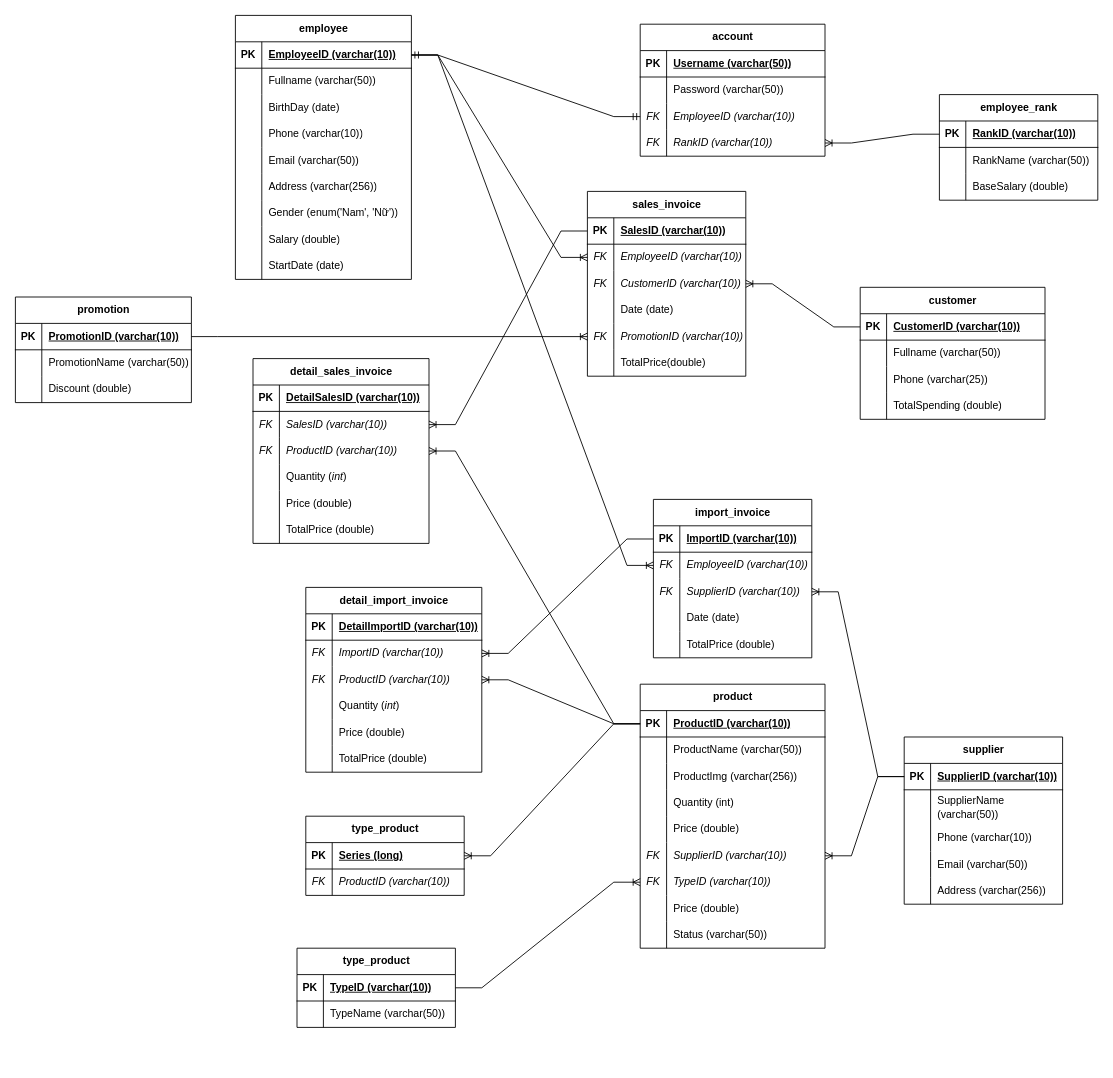
Before: badmintonshopmanagerERD.drawio in NguyenToanThang-kotaru/BadmintonShopMangager, a draw.io diagram. Source tidied: cells renumbered, new cells numbered last; positions are measured from the earlier drawing's top-left corner, leaving out a move shared by most shapes. Both pictures are drawn from the tidied source at 88%, with x=0, y=0 at pixel (15, 15).
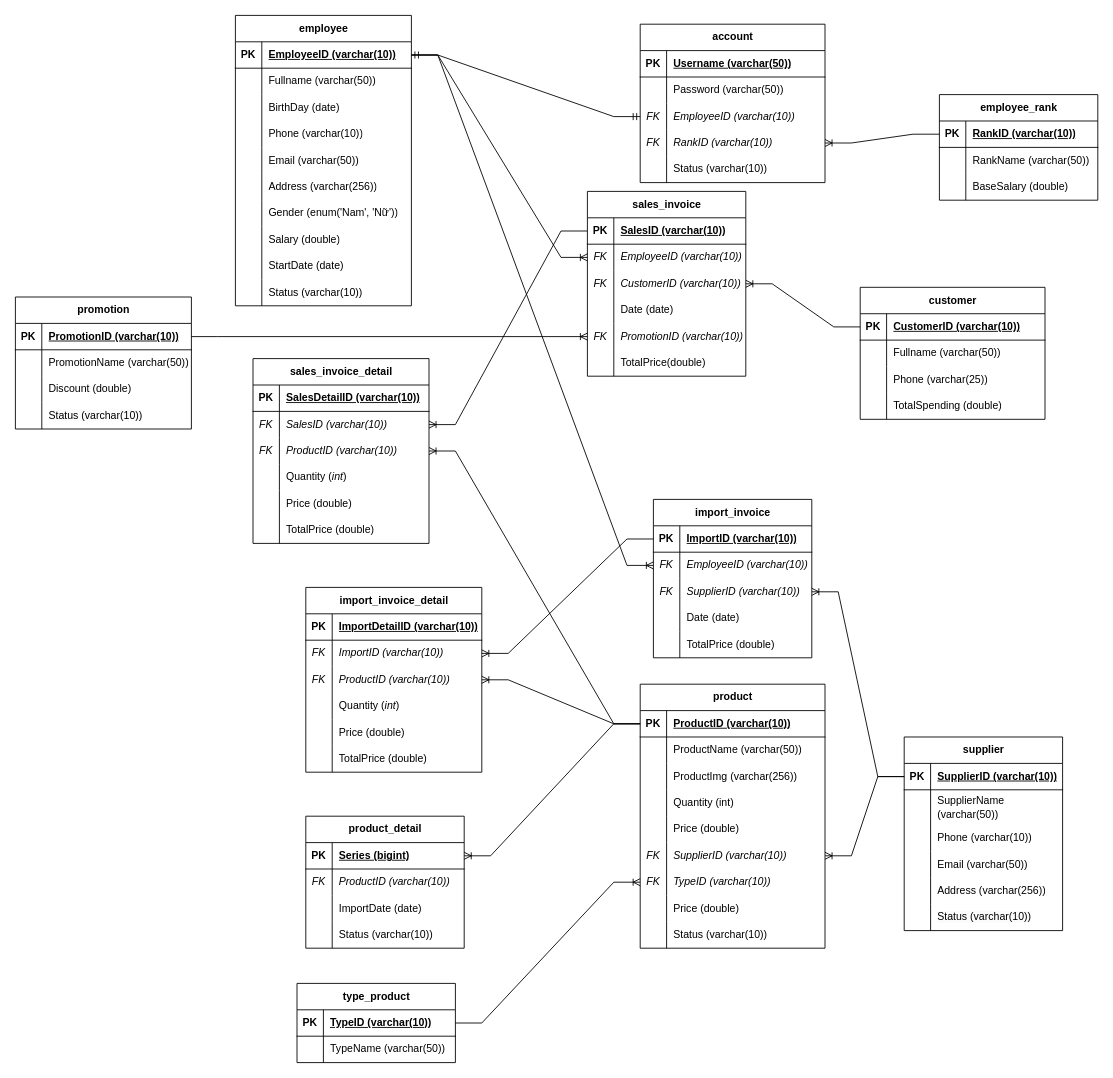
The same page after the edit.

Commit message (it also covers changes not shown here):
database ERD

Unchanged cells that the change refers to:
```xml
<mxCell id="93" style="shape=tableRow;horizontal=0;startSize=0;swimlaneHead=0;swimlaneBody=0;fillColor=none;top=0;left=0;right=0;bottom=0;fontStyle=2;" parent="68" vertex="1">
  <mxGeometry y="270" width="210" height="30" as="geometry" />
</mxCell>
<mxCell id="138" style="shape=tableRow;horizontal=0;startSize=0;swimlaneHead=0;swimlaneBody=0;fillColor=none;top=0;left=0;right=0;bottom=1;" parent="137" vertex="1">
  <mxGeometry y="30" width="200" height="30" as="geometry" />
</mxCell>
<mxCell id="179" style="shape=tableRow;horizontal=0;startSize=0;swimlaneHead=0;swimlaneBody=0;fillColor=none;top=0;left=0;right=0;bottom=1;" parent="178" vertex="1">
  <mxGeometry y="30" width="200" height="30" as="geometry" />
</mxCell>
<mxCell id="203" style="shape=tableRow;horizontal=0;startSize=0;swimlaneHead=0;swimlaneBody=0;fillColor=none;points=[[0,0.5],[1,0.5]];portConstraint=eastwest;top=0;left=0;right=0;bottom=1;" parent="202" vertex="1">
  <mxGeometry y="30" width="180" height="30" as="geometry" />
</mxCell>
```

The edit, as a diff of the source:
```diff
@@
     <mxCell id="15" value="account" style="shape=table;startSize=30;childLayout=tableLayout;rowLines=0;fontStyle=1;align=center;html=1;" parent="1" vertex="1">
-      <mxGeometry x="710" y="10" width="210" height="150" as="geometry" />
+      <mxGeometry x="710" y="10" width="210" height="180" as="geometry" />
     </mxCell>
@@
+    <mxCell id="221" style="shape=tableRow;horizontal=0;startSize=0;swimlaneHead=0;swimlaneBody=0;fillColor=none;top=0;left=0;right=0;bottom=0;" parent="15" vertex="1">
+      <mxGeometry y="150" width="210" height="30" as="geometry" />
+    </mxCell>
+    <mxCell id="222" style="shape=partialRectangle;fillColor=none;top=0;left=0;bottom=0;right=0;overflow=hidden;whiteSpace=wrap;html=1;fontStyle=2;" parent="221" vertex="1">
+      <mxGeometry width="30" height="30" as="geometry" />
+    </mxCell>
+    <mxCell id="223" value="&lt;span style=&quot;font-style: normal;&quot;&gt;Status (varchar(10))&lt;/span&gt;" style="shape=partialRectangle;fillColor=none;top=0;left=0;bottom=0;right=0;align=left;spacingLeft=6;overflow=hidden;whiteSpace=wrap;html=1;fontStyle=2;" parent="221" vertex="1">
+      <mxGeometry x="30" width="180" height="30" as="geometry" />
+    </mxCell>
     <mxCell id="28" value="employee" style="shape=table;startSize=30;childLayout=tableLayout;rowLines=0;fontStyle=1;align=center;html=1;" parent="1" vertex="1">
-      <mxGeometry x="250" width="200" height="300" as="geometry" />
+      <mxGeometry x="250" width="200" height="330" as="geometry" />
     </mxCell>
@@
+    <mxCell id="224" style="shape=tableRow;horizontal=0;startSize=0;swimlaneHead=0;swimlaneBody=0;fillColor=none;top=0;left=0;right=0;bottom=0;" parent="28" vertex="1">
+      <mxGeometry y="300" width="200" height="30" as="geometry" />
+    </mxCell>
+    <mxCell id="225" style="shape=partialRectangle;fillColor=none;top=0;left=0;bottom=0;right=0;overflow=hidden;whiteSpace=wrap;html=1;" parent="224" vertex="1">
+      <mxGeometry width="30" height="30" as="geometry" />
+    </mxCell>
+    <mxCell id="226" value="Status (varchar(10))" style="shape=partialRectangle;fillColor=none;top=0;left=0;bottom=0;right=0;align=left;spacingLeft=6;overflow=hidden;whiteSpace=wrap;html=1;" parent="224" vertex="1">
+      <mxGeometry x="30" width="170" height="30" as="geometry" />
+    </mxCell>
@@
-    <mxCell id="95" value="&lt;span style=&quot;font-style: normal;&quot;&gt;Status (varchar(50))&lt;/span&gt;" style="shape=partialRectangle;fillColor=none;top=0;left=0;bottom=0;right=0;align=left;spacingLeft=6;overflow=hidden;whiteSpace=wrap;html=1;fontStyle=2;" parent="93" vertex="1">
+    <mxCell id="95" value="&lt;span style=&quot;font-style: normal;&quot;&gt;Status (varchar(10))&lt;/span&gt;" style="shape=partialRectangle;fillColor=none;top=0;left=0;bottom=0;right=0;align=left;spacingLeft=6;overflow=hidden;whiteSpace=wrap;html=1;fontStyle=2;" parent="93" vertex="1">
       <mxGeometry x="30" width="180" height="30" as="geometry" />
     </mxCell>
     <mxCell id="96" value="supplier" style="shape=table;startSize=30;childLayout=tableLayout;rowLines=0;fontStyle=1;align=center;html=1;" parent="1" vertex="1">
-      <mxGeometry x="1010" y="820" width="180" height="190" as="geometry" />
+      <mxGeometry x="1010" y="820" width="180" height="220" as="geometry" />
     </mxCell>
@@
+    <mxCell id="227" style="shape=tableRow;horizontal=0;startSize=0;swimlaneHead=0;swimlaneBody=0;fillColor=none;top=0;left=0;right=0;bottom=0;" parent="96" vertex="1">
+      <mxGeometry y="190" width="180" height="30" as="geometry" />
+    </mxCell>
+    <mxCell id="228" style="shape=partialRectangle;fillColor=none;top=0;left=0;bottom=0;right=0;overflow=hidden;whiteSpace=wrap;html=1;" parent="227" vertex="1">
+      <mxGeometry width="30" height="30" as="geometry" />
+    </mxCell>
+    <mxCell id="229" value="&lt;span style=&quot;color: rgb(0, 0, 0); font-family: Helvetica; font-size: 12px; font-style: normal; font-variant-ligatures: normal; font-variant-caps: normal; font-weight: 400; letter-spacing: normal; orphans: 2; text-align: left; text-indent: 0px; text-transform: none; widows: 2; word-spacing: 0px; -webkit-text-stroke-width: 0px; white-space: normal; background-color: rgb(251, 251, 251); text-decoration-thickness: initial; text-decoration-style: initial; text-decoration-color: initial; float: none; display: inline !important;&quot;&gt;Status (varchar(10))&lt;/span&gt;" style="shape=partialRectangle;fillColor=none;top=0;left=0;bottom=0;right=0;align=left;spacingLeft=6;overflow=hidden;whiteSpace=wrap;html=1;" parent="227" vertex="1">
+      <mxGeometry x="30" width="150" height="30" as="geometry" />
+    </mxCell>
@@
     <mxCell id="113" value="type_product" style="shape=table;startSize=30;childLayout=tableLayout;rowLines=0;fontStyle=1;align=center;html=1;" parent="1" vertex="1">
-      <mxGeometry x="320" y="1060" width="180" height="90" as="geometry" />
+      <mxGeometry x="320" y="1100" width="180" height="90" as="geometry" />
     </mxCell>
@@
-    <mxCell id="137" value="detail_import_invoice" style="shape=table;startSize=30;childLayout=tableLayout;rowLines=0;fontStyle=1;align=center;html=1;" parent="1" vertex="1">
+    <mxCell id="137" value="import_invoice_detail" style="shape=table;startSize=30;childLayout=tableLayout;rowLines=0;fontStyle=1;align=center;html=1;" parent="1" vertex="1">
       <mxGeometry x="330" y="650" width="200" height="210" as="geometry" />
     </mxCell>
@@
-    <mxCell id="140" value="DetailImportID (varchar(10))" style="shape=partialRectangle;fillColor=none;top=0;left=0;bottom=0;right=0;align=left;spacingLeft=6;fontStyle=5;overflow=hidden;whiteSpace=wrap;html=1;" parent="138" vertex="1">
+    <mxCell id="140" value="ImportDetailID (varchar(10))" style="shape=partialRectangle;fillColor=none;top=0;left=0;bottom=0;right=0;align=left;spacingLeft=6;fontStyle=5;overflow=hidden;whiteSpace=wrap;html=1;" parent="138" vertex="1">
       <mxGeometry x="30" width="170" height="30" as="geometry" />
     </mxCell>
@@
-    <mxCell id="178" value="detail_sales_invoice" style="shape=table;startSize=30;childLayout=tableLayout;rowLines=0;fontStyle=1;align=center;html=1;" parent="1" vertex="1">
+    <mxCell id="178" value="sales_invoice_detail" style="shape=table;startSize=30;childLayout=tableLayout;rowLines=0;fontStyle=1;align=center;html=1;" parent="1" vertex="1">
       <mxGeometry x="270" y="390" width="200" height="210" as="geometry" />
     </mxCell>
@@
-    <mxCell id="181" value="DetailSalesID (varchar(10))" style="shape=partialRectangle;fillColor=none;top=0;left=0;bottom=0;right=0;align=left;spacingLeft=6;fontStyle=5;overflow=hidden;whiteSpace=wrap;html=1;" parent="179" vertex="1">
+    <mxCell id="181" value="SalesDetailID (varchar(10))" style="shape=partialRectangle;fillColor=none;top=0;left=0;bottom=0;right=0;align=left;spacingLeft=6;fontStyle=5;overflow=hidden;whiteSpace=wrap;html=1;" parent="179" vertex="1">
       <mxGeometry x="30" width="170" height="30" as="geometry" />
     </mxCell>
@@
-    <mxCell id="202" value="type_product" style="shape=table;startSize=30;childLayout=tableLayout;rowLines=0;fontStyle=1;align=center;html=1;" parent="1" vertex="1">
-      <mxGeometry x="330" y="910" width="180" height="90" as="geometry" />
+    <mxCell id="202" value="product_detail" style="shape=table;startSize=30;childLayout=tableLayout;rowLines=0;fontStyle=1;align=center;html=1;" parent="1" vertex="1">
+      <mxGeometry x="330" y="910" width="180" height="150" as="geometry" />
     </mxCell>
@@
-    <mxCell id="205" value="Series (long)" style="shape=partialRectangle;fillColor=none;top=0;left=0;bottom=0;right=0;align=left;spacingLeft=6;fontStyle=5;overflow=hidden;whiteSpace=wrap;html=1;" parent="203" vertex="1">
+    <mxCell id="205" value="Series (bigint)" style="shape=partialRectangle;fillColor=none;top=0;left=0;bottom=0;right=0;align=left;spacingLeft=6;fontStyle=5;overflow=hidden;whiteSpace=wrap;html=1;" parent="203" vertex="1">
       <mxGeometry x="30" width="150" height="30" as="geometry" />
     </mxCell>
@@
+    <mxCell id="230" style="shape=tableRow;horizontal=0;startSize=0;swimlaneHead=0;swimlaneBody=0;fillColor=none;top=0;left=0;right=0;bottom=0;" parent="202" vertex="1">
+      <mxGeometry y="90" width="180" height="30" as="geometry" />
+    </mxCell>
+    <mxCell id="231" style="shape=partialRectangle;fillColor=none;top=0;left=0;bottom=0;right=0;overflow=hidden;whiteSpace=wrap;html=1;fontStyle=2;" parent="230" vertex="1">
+      <mxGeometry width="30" height="30" as="geometry" />
+    </mxCell>
+    <mxCell id="232" value="ImportDate (date)" style="shape=partialRectangle;fillColor=none;top=0;left=0;bottom=0;right=0;align=left;spacingLeft=6;overflow=hidden;whiteSpace=wrap;html=1;fontStyle=0;" parent="230" vertex="1">
+      <mxGeometry x="30" width="150" height="30" as="geometry" />
+    </mxCell>
+    <mxCell id="233" style="shape=tableRow;horizontal=0;startSize=0;swimlaneHead=0;swimlaneBody=0;fillColor=none;top=0;left=0;right=0;bottom=0;" parent="202" vertex="1">
+      <mxGeometry y="120" width="180" height="30" as="geometry" />
+    </mxCell>
+    <mxCell id="234" style="shape=partialRectangle;fillColor=none;top=0;left=0;bottom=0;right=0;overflow=hidden;whiteSpace=wrap;html=1;fontStyle=2;" parent="233" vertex="1">
+      <mxGeometry width="30" height="30" as="geometry" />
+    </mxCell>
+    <mxCell id="235" value="&lt;span style=&quot;font-style: normal;&quot;&gt;Status (varchar(10))&lt;/span&gt;" style="shape=partialRectangle;fillColor=none;top=0;left=0;bottom=0;right=0;align=left;spacingLeft=6;overflow=hidden;whiteSpace=wrap;html=1;fontStyle=2;" parent="233" vertex="1">
+      <mxGeometry x="30" width="150" height="30" as="geometry" />
+    </mxCell>
@@
     <mxCell id="210" value="promotion" style="shape=table;startSize=30;childLayout=tableLayout;rowLines=0;fontStyle=1;align=center;html=1;" parent="1" vertex="1">
-      <mxGeometry y="320" width="200" height="120" as="geometry" />
+      <mxGeometry y="320" width="200" height="150" as="geometry" />
     </mxCell>
@@
+    <mxCell id="236" style="shape=tableRow;horizontal=0;startSize=0;swimlaneHead=0;swimlaneBody=0;fillColor=none;top=0;left=0;right=0;bottom=0;" parent="210" vertex="1">
+      <mxGeometry y="120" width="200" height="30" as="geometry" />
+    </mxCell>
+    <mxCell id="237" style="shape=partialRectangle;fillColor=none;top=0;left=0;bottom=0;right=0;overflow=hidden;whiteSpace=wrap;html=1;" parent="236" vertex="1">
+      <mxGeometry width="30" height="30" as="geometry" />
+    </mxCell>
+    <mxCell id="238" value="&lt;span style=&quot;color: rgb(0, 0, 0); font-family: Helvetica; font-size: 12px; font-style: normal; font-variant-ligatures: normal; font-variant-caps: normal; font-weight: 400; letter-spacing: normal; orphans: 2; text-align: left; text-indent: 0px; text-transform: none; widows: 2; word-spacing: 0px; -webkit-text-stroke-width: 0px; white-space: normal; background-color: rgb(251, 251, 251); text-decoration-thickness: initial; text-decoration-style: initial; text-decoration-color: initial; float: none; display: inline !important;&quot;&gt;Status (varchar(10))&lt;/span&gt;" style="shape=partialRectangle;fillColor=none;top=0;left=0;bottom=0;right=0;align=left;spacingLeft=6;overflow=hidden;whiteSpace=wrap;html=1;" parent="236" vertex="1">
+      <mxGeometry x="30" width="170" height="30" as="geometry" />
+    </mxCell>
```
